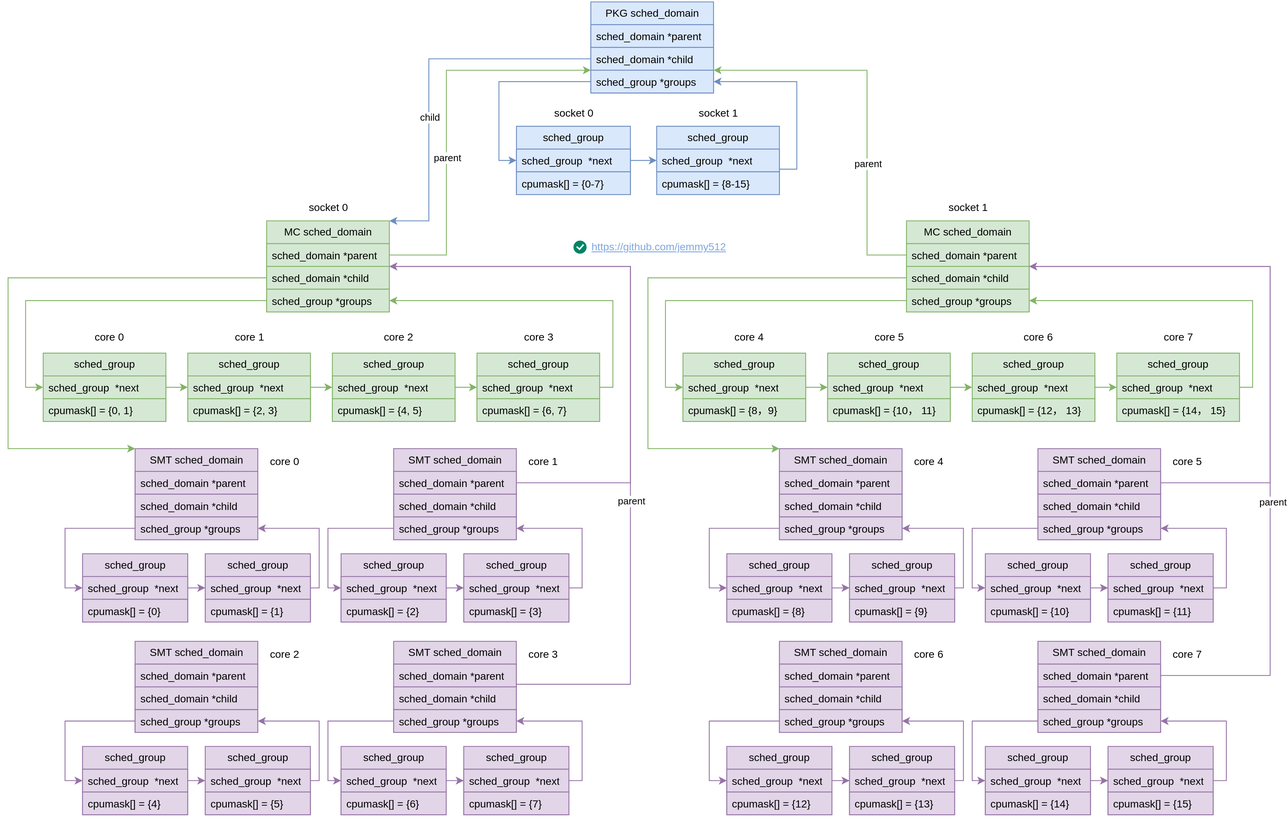
Above: images/kernel/proc-sched_domain-arch.svg in jemmy512/book-notes (draw.io), before the change. Source tidied: cells renumbered, new cells last; positions are measured from the earlier drawing's top-left corner, leaving out a move shared by most shapes.
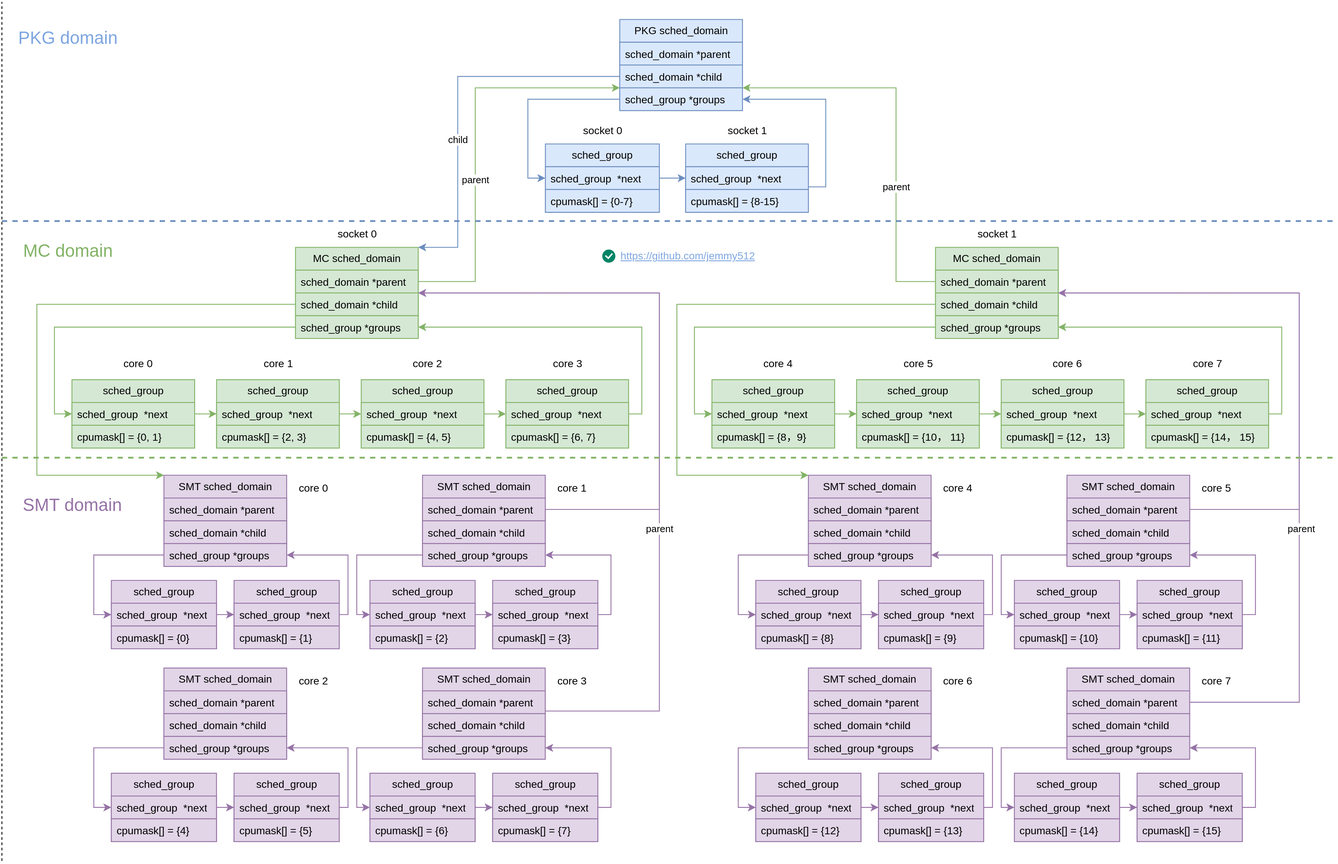
The same diagram one commit later.

What changed in the source:
```diff
@@ -223,7 +223,7 @@
       </mxGeometry>
     </mxCell>
     <mxCell id="72" value="PKG sched_domain" style="swimlane;fontStyle=0;horizontal=1;startSize=26;fillColor=#dae8fc;whiteSpace=wrap;html=1;strokeColor=#6c8ebf;" parent="1" vertex="1">
-      <mxGeometry x="664.8" width="140" height="104" as="geometry" />
+      <mxGeometry x="664.8" y="-10" width="140" height="104" as="geometry" />
     </mxCell>
     <mxCell id="73" value="sched_domain *parent" style="text;strokeColor=#6c8ebf;fillColor=#dae8fc;align=left;verticalAlign=top;spacingLeft=4;spacingRight=4;overflow=hidden;whiteSpace=wrap;html=1;" parent="72" vertex="1">
       <mxGeometry y="26" width="140" height="26" as="geometry" />
@@ -235,7 +235,7 @@
       <mxGeometry y="78" width="140" height="26" as="geometry" />
     </mxCell>
     <mxCell id="76" value="sched_group" style="swimlane;fontStyle=0;horizontal=1;startSize=26;fillColor=#dae8fc;whiteSpace=wrap;html=1;strokeColor=#6c8ebf;" parent="1" vertex="1">
-      <mxGeometry x="580" y="142" width="130" height="78" as="geometry" />
+      <mxGeometry x="580" y="132" width="130" height="78" as="geometry" />
     </mxCell>
     <mxCell id="77" value="sched_group&amp;nbsp; *next" style="text;strokeColor=#6c8ebf;fillColor=#dae8fc;align=left;verticalAlign=top;spacingLeft=4;spacingRight=4;overflow=hidden;points=[[0,0.5],[1,0.5]];portConstraint=eastwest;whiteSpace=wrap;html=1;" parent="76" vertex="1">
       <mxGeometry y="26" width="130" height="26" as="geometry" />
@@ -244,7 +244,7 @@
       <mxGeometry y="52" width="130" height="26" as="geometry" />
     </mxCell>
     <mxCell id="79" value="sched_group" style="swimlane;fontStyle=0;horizontal=1;startSize=26;fillColor=#dae8fc;whiteSpace=wrap;html=1;strokeColor=#6c8ebf;" parent="1" vertex="1">
-      <mxGeometry x="740" y="142" width="140" height="78" as="geometry" />
+      <mxGeometry x="740" y="132" width="140" height="78" as="geometry" />
     </mxCell>
     <mxCell id="80" value="sched_group&amp;nbsp; *next" style="text;strokeColor=#6c8ebf;fillColor=#dae8fc;align=left;verticalAlign=top;spacingLeft=4;spacingRight=4;overflow=hidden;points=[[0,0.5],[1,0.5]];portConstraint=eastwest;whiteSpace=wrap;html=1;" parent="79" vertex="1">
       <mxGeometry y="26" width="140" height="26" as="geometry" />
@@ -256,10 +256,10 @@
       <mxGeometry relative="1" as="geometry" />
     </mxCell>
     <mxCell id="83" value="socket 0" style="text;html=1;align=center;verticalAlign=middle;strokeColor=none;fillColor=none;" parent="1" vertex="1">
-      <mxGeometry x="610" y="112" width="70" height="30" as="geometry" />
+      <mxGeometry x="610" y="102" width="70" height="30" as="geometry" />
     </mxCell>
     <mxCell id="84" value="socket 1" style="text;html=1;align=center;verticalAlign=middle;strokeColor=none;fillColor=none;" parent="1" vertex="1">
-      <mxGeometry x="775" y="112" width="70" height="30" as="geometry" />
+      <mxGeometry x="775" y="102" width="70" height="30" as="geometry" />
     </mxCell>
     <mxCell id="85" style="edgeStyle=orthogonalEdgeStyle;rounded=0;jettySize=auto;html=1;entryX=0;entryY=0.5;entryDx=0;entryDy=0;fillColor=#dae8fc;strokeColor=#6c8ebf;" parent="1" edge="1" source="75" target="77">
       <mxGeometry relative="1" as="geometry" />
@@ -267,15 +267,15 @@
     <mxCell id="86" style="edgeStyle=orthogonalEdgeStyle;rounded=0;jettySize=auto;html=1;entryX=1;entryY=0.5;entryDx=0;entryDy=0;fillColor=#dae8fc;strokeColor=#6c8ebf;" parent="1" edge="1" source="80" target="75">
       <mxGeometry relative="1" as="geometry">
         <Array as="points">
-          <mxPoint x="899.8" y="191" />
-          <mxPoint x="899.8" y="91" />
+          <mxPoint x="899.8" y="181" />
+          <mxPoint x="899.8" y="81" />
         </Array>
       </mxGeometry>
     </mxCell>
     <mxCell id="87" style="edgeStyle=orthogonalEdgeStyle;rounded=0;jettySize=auto;html=1;fillColor=#dae8fc;strokeColor=#6c8ebf;exitX=0;exitY=0.5;exitDx=0;exitDy=0;entryX=1;entryY=0;entryDx=0;entryDy=0;" parent="1" edge="1" source="74" target="46">
       <mxGeometry relative="1" as="geometry">
         <Array as="points">
-          <mxPoint x="480" y="65" />
+          <mxPoint x="480" y="55" />
           <mxPoint x="480" y="250" />
         </Array>
       </mxGeometry>
@@ -629,16 +629,16 @@
       <mxGeometry x="1060" y="220" width="70" height="30" as="geometry" />
     </mxCell>
     <mxCell id="177" style="html=1;shadow=0;dashed=0;shape=mxgraph.atlassian.checkbox;fillColor=#008465;strokeColor=none;html=1;sketch=0;fontSize=16;" parent="1" vertex="1">
-      <mxGeometry x="645" y="272.5" width="15" height="15" as="geometry" />
+      <mxGeometry x="644.8" y="252.5" width="15" height="15" as="geometry" />
     </mxCell>
     <mxCell id="178" value="https://github.com/jemmy512" style="text;html=1;strokeColor=none;fillColor=none;whiteSpace=wrap;align=center;verticalAlign=middle;fontColor=#7EA6E0;fontStyle=4;" parent="1" vertex="1">
-      <mxGeometry x="660" y="260" width="165" height="40" as="geometry" />
+      <mxGeometry x="659.8" y="240" width="165" height="40" as="geometry" />
     </mxCell>
     <mxCell id="179" style="edgeStyle=orthogonalEdgeStyle;rounded=0;jettySize=auto;html=1;fillColor=#d5e8d4;strokeColor=#82b366;entryX=0;entryY=0.75;entryDx=0;entryDy=0;exitX=1;exitY=0.5;exitDx=0;exitDy=0;" parent="1" edge="1" source="47" target="72">
       <mxGeometry relative="1" as="geometry">
         <Array as="points">
           <mxPoint x="500" y="289" />
-          <mxPoint x="500" y="78" />
+          <mxPoint x="500" y="68" />
         </Array>
       </mxGeometry>
     </mxCell>
@@ -649,7 +649,7 @@
       <mxGeometry relative="1" as="geometry">
         <Array as="points">
           <mxPoint x="980" y="289" />
-          <mxPoint x="980" y="78" />
+          <mxPoint x="980" y="68" />
         </Array>
       </mxGeometry>
     </mxCell>
@@ -722,5 +722,32 @@
         </Array>
       </mxGeometry>
     </mxCell>
+    <mxCell id="197" style="endArrow=none;dashed=1;html=1;rounded=0;fillColor=#d5e8d4;strokeColor=#82b366;strokeWidth=2;" parent="1" edge="1">
+      <mxGeometry relative="1" as="geometry">
+        <mxPoint x="-40" y="490" as="sourcePoint" />
+        <mxPoint x="1480" y="490" as="targetPoint" />
+      </mxGeometry>
+    </mxCell>
+    <mxCell id="198" style="endArrow=none;dashed=1;html=1;rounded=0;fillColor=#dae8fc;strokeColor=#6c8ebf;strokeWidth=2;" parent="1" edge="1">
+      <mxGeometry relative="1" as="geometry">
+        <mxPoint x="-40" y="220" as="sourcePoint" />
+        <mxPoint x="1480" y="220" as="targetPoint" />
+      </mxGeometry>
+    </mxCell>
+    <mxCell id="199" style="endArrow=none;dashed=1;html=1;rounded=0;" parent="1" edge="1">
+      <mxGeometry relative="1" as="geometry">
+        <mxPoint x="-40" y="950" as="sourcePoint" />
+        <mxPoint x="-40" y="-30" as="targetPoint" />
+      </mxGeometry>
+    </mxCell>
+    <mxCell id="200" value="PKG domain" style="text;html=1;align=center;verticalAlign=middle;strokeColor=none;fillColor=none;fontSize=20;fontColor=#7EA6E0;" parent="1" vertex="1">
+      <mxGeometry x="-35" y="-10" width="140" height="40" as="geometry" />
+    </mxCell>
+    <mxCell id="201" value="MC domain" style="text;html=1;align=center;verticalAlign=middle;strokeColor=none;fillColor=none;fontSize=20;fontColor=#82B366;" parent="1" vertex="1">
+      <mxGeometry x="-30" y="232.5" width="130" height="40" as="geometry" />
+    </mxCell>
+    <mxCell id="202" value="SMT domain" style="text;html=1;align=center;verticalAlign=middle;strokeColor=none;fillColor=none;fontSize=20;fontColor=#9673A6;" parent="1" vertex="1">
+      <mxGeometry x="-30" y="523" width="140" height="40" as="geometry" />
+    </mxCell>
   </root>
 </mxGraphModel>
```
